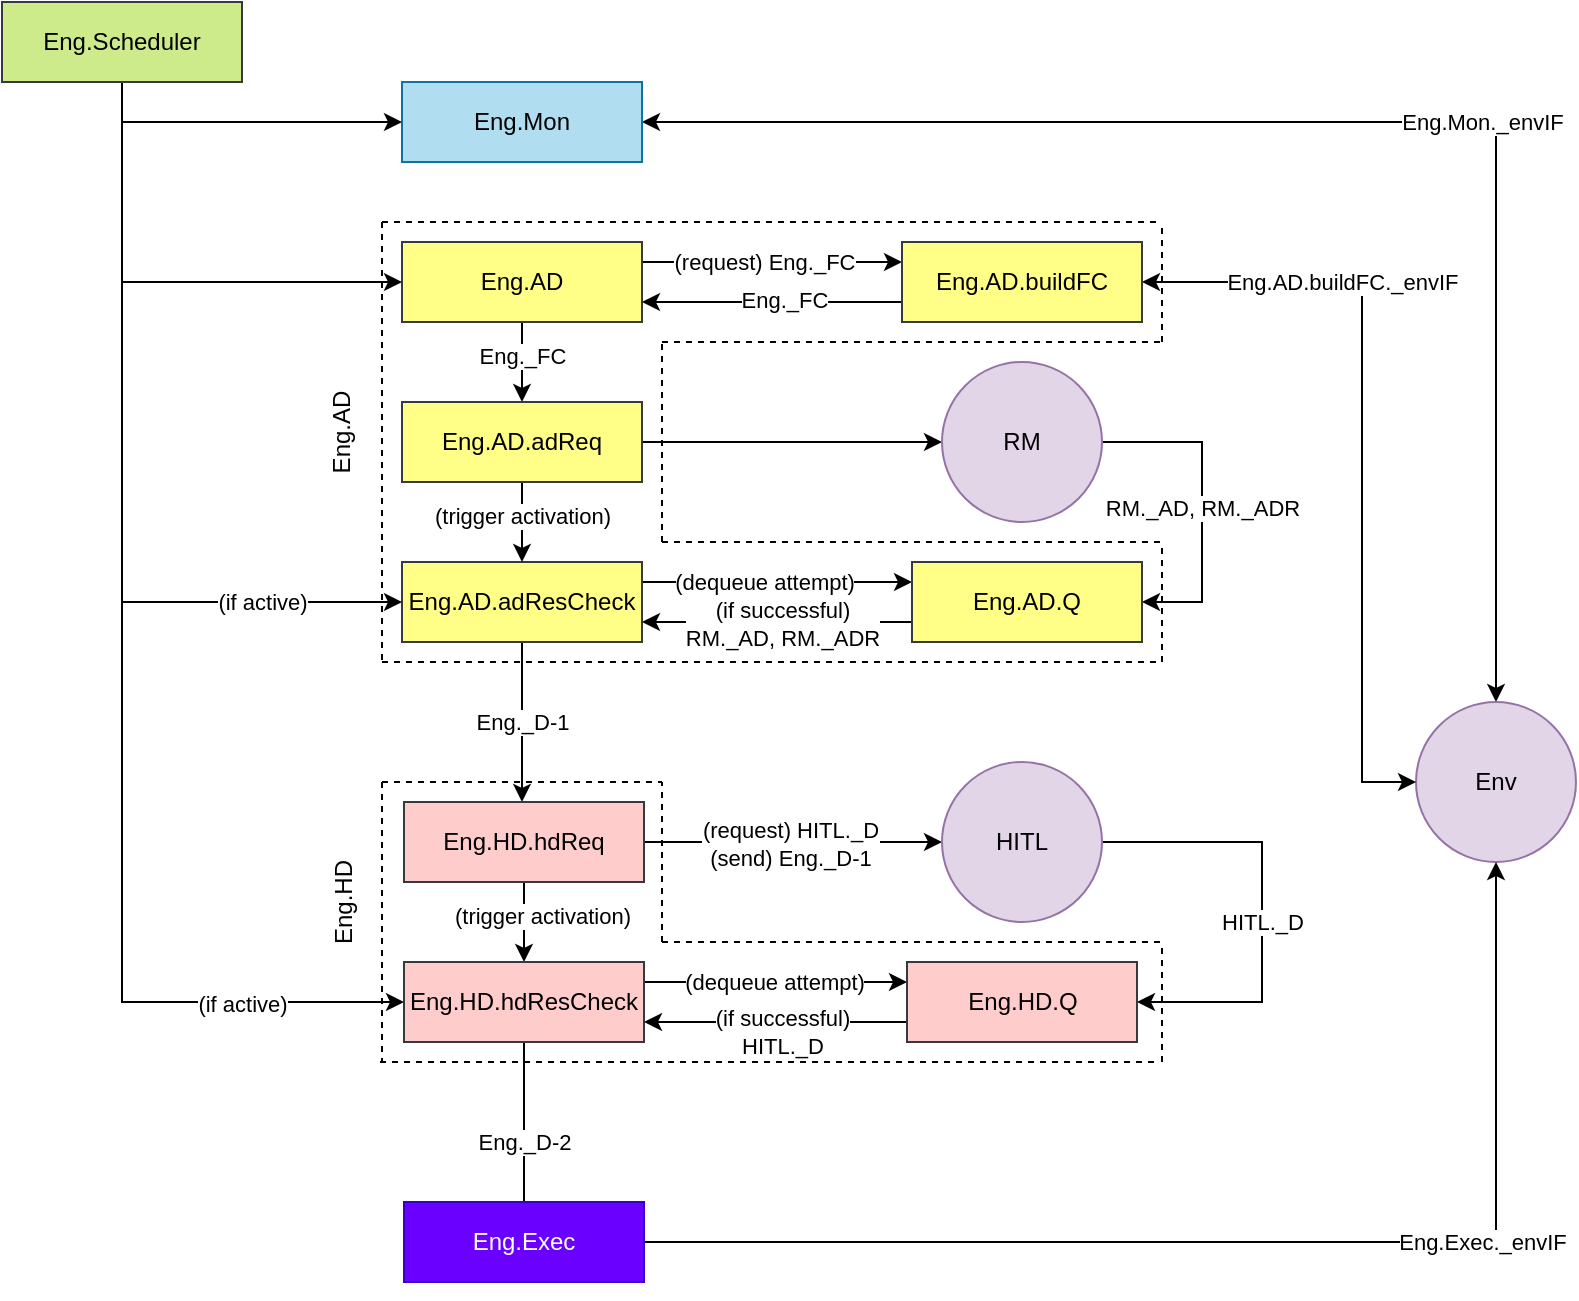
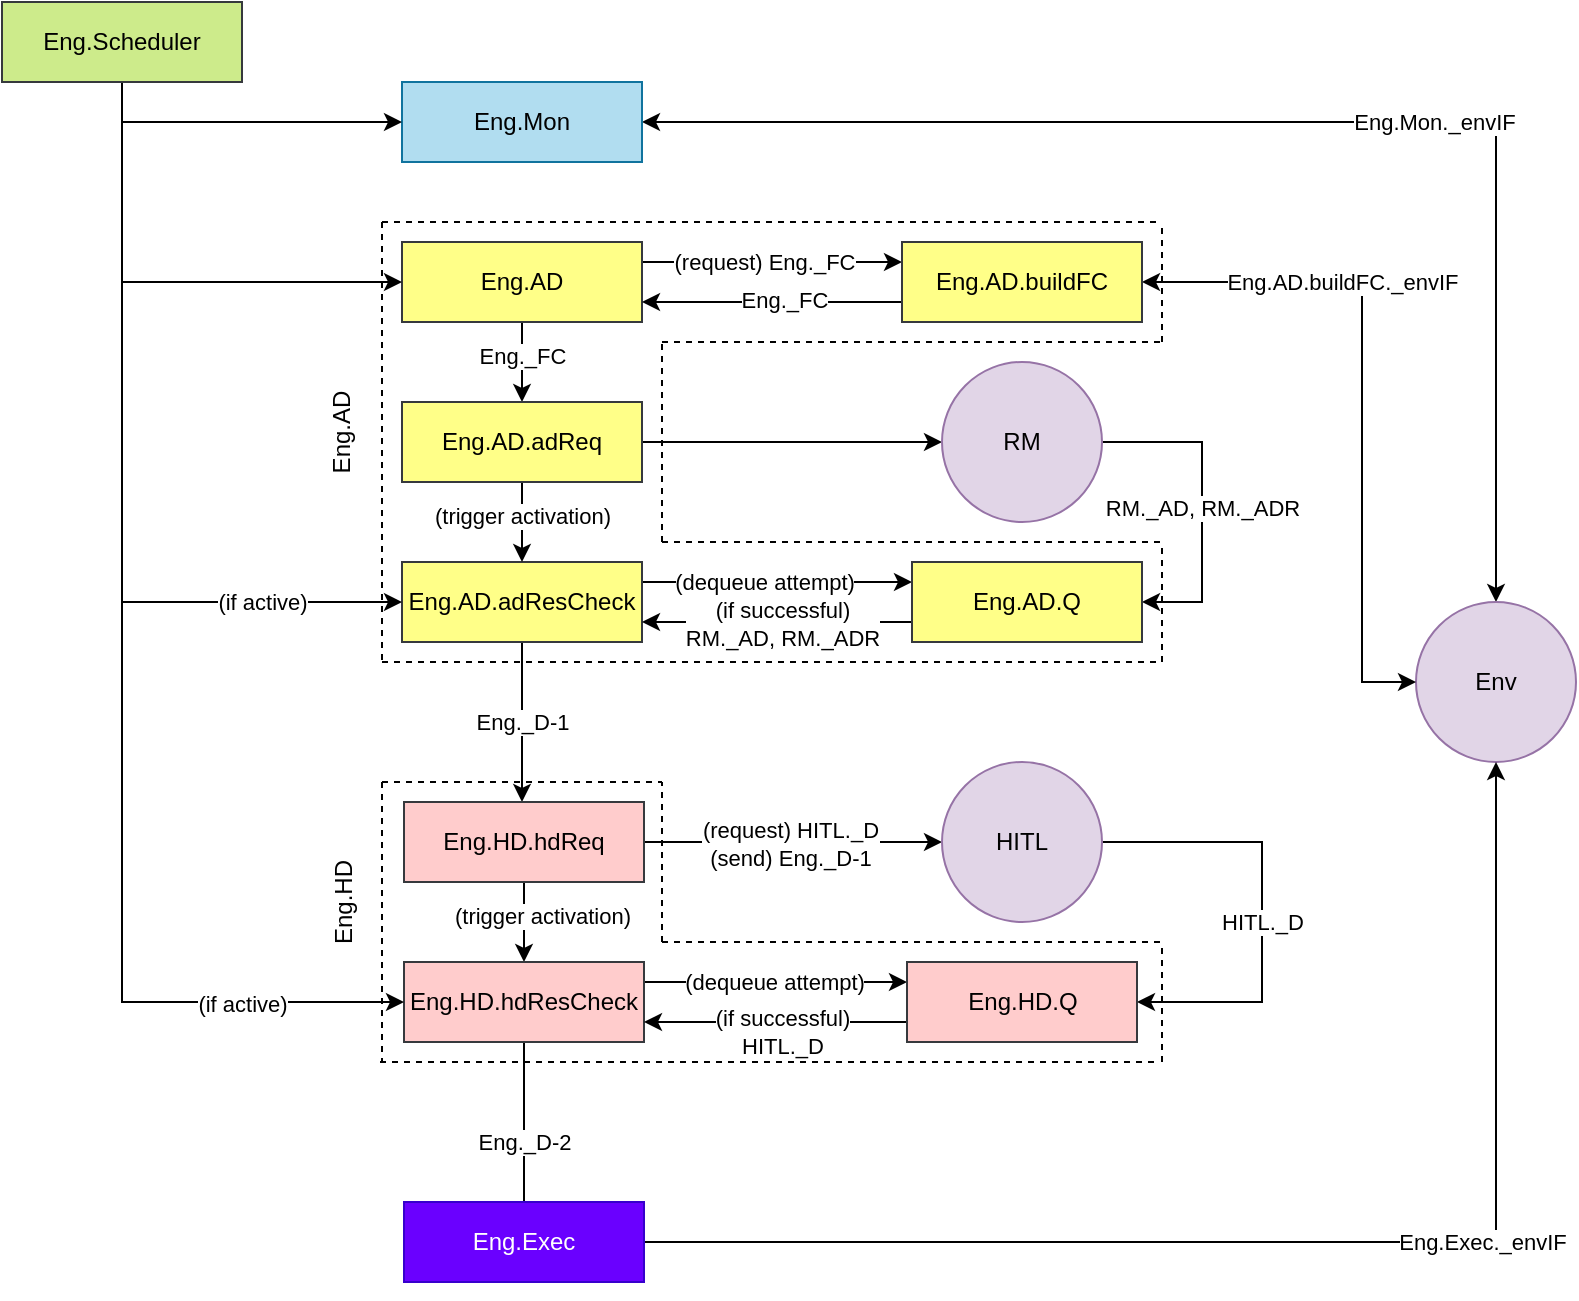
<mxfile host="app.diagrams.net">
  <diagram name="Page-1" id="OlbvHiH25T4Iblp31CC4">
-     <mxGraphModel dx="889" dy="494" grid="0" gridSize="10" guides="1" tooltips="1" connect="1" arrows="1" fold="1" page="1" pageScale="1" pageWidth="827" pageHeight="1169" background="#ffffff" math="0" shadow="0">
+     <mxGraphModel dx="1223" dy="679" grid="0" gridSize="10" guides="1" tooltips="1" connect="1" arrows="1" fold="1" page="1" pageScale="1" pageWidth="827" pageHeight="1169" background="#ffffff" math="0" shadow="0">
      <root>
        <mxCell id="0" />
        <mxCell id="1" parent="0" />
        <mxCell id="co-fIusRbvJiOKSlR68D-45" edge="1" parent="1" source="co-fIusRbvJiOKSlR68D-1" style="edgeStyle=orthogonalEdgeStyle;rounded=0;orthogonalLoop=1;jettySize=auto;html=1;exitX=1;exitY=0.25;exitDx=0;exitDy=0;entryX=0;entryY=0.25;entryDx=0;entryDy=0;" target="co-fIusRbvJiOKSlR68D-44">
          <mxGeometry relative="1" as="geometry" />
        </mxCell>
        <mxCell id="co-fIusRbvJiOKSlR68D-48" connectable="0" parent="co-fIusRbvJiOKSlR68D-45" style="edgeLabel;html=1;align=center;verticalAlign=middle;resizable=0;points=[];" value="(dequeue attempt)" vertex="1">
          <mxGeometry relative="1" x="-0.1062" as="geometry">
            <mxPoint as="offset" />
          </mxGeometry>
        </mxCell>
        <mxCell id="co-fIusRbvJiOKSlR68D-66" edge="1" parent="1" source="co-fIusRbvJiOKSlR68D-1" style="edgeStyle=orthogonalEdgeStyle;rounded=0;orthogonalLoop=1;jettySize=auto;html=1;exitX=0.5;exitY=1;exitDx=0;exitDy=0;entryX=0.5;entryY=0;entryDx=0;entryDy=0;">
          <mxGeometry relative="1" as="geometry">
            <mxPoint x="380" y="520" as="targetPoint" />
          </mxGeometry>
        </mxCell>
        <mxCell id="co-fIusRbvJiOKSlR68D-1" parent="1" style="rounded=0;whiteSpace=wrap;html=1;fillColor=#ffff88;strokeColor=#36393d;" value="Eng.AD.adResCheck" vertex="1">
          <mxGeometry height="40" width="120" x="320" y="400" as="geometry" />
        </mxCell>
        <mxCell id="co-fIusRbvJiOKSlR68D-20" edge="1" parent="1" source="co-fIusRbvJiOKSlR68D-2" style="edgeStyle=orthogonalEdgeStyle;rounded=0;orthogonalLoop=1;jettySize=auto;html=1;exitX=1;exitY=0.5;exitDx=0;exitDy=0;strokeColor=default;startArrow=classic;startFill=1;" target="co-fIusRbvJiOKSlR68D-19">
          <mxGeometry relative="1" as="geometry" />
        </mxCell>
        <mxCell id="co-fIusRbvJiOKSlR68D-22" connectable="0" parent="co-fIusRbvJiOKSlR68D-20" style="edgeLabel;html=1;align=center;verticalAlign=middle;resizable=0;points=[];" value="Eng.Mon._envIF" vertex="1">
          <mxGeometry relative="1" x="-0.04" y="2" as="geometry">
            <mxPoint x="76" y="2" as="offset" />
          </mxGeometry>
        </mxCell>
        <mxCell id="co-fIusRbvJiOKSlR68D-2" parent="1" style="rounded=0;whiteSpace=wrap;html=1;fillColor=#b1ddf0;strokeColor=#10739e;" value="Eng.Mon" vertex="1">
          <mxGeometry height="40" width="120" x="320" y="160" as="geometry" />
        </mxCell>
        <mxCell id="co-fIusRbvJiOKSlR68D-30" edge="1" parent="1" source="co-fIusRbvJiOKSlR68D-3" style="edgeStyle=orthogonalEdgeStyle;rounded=0;orthogonalLoop=1;jettySize=auto;html=1;exitX=1;exitY=0.25;exitDx=0;exitDy=0;entryX=0;entryY=0.25;entryDx=0;entryDy=0;" target="co-fIusRbvJiOKSlR68D-23">
          <mxGeometry relative="1" as="geometry" />
        </mxCell>
        <mxCell id="co-fIusRbvJiOKSlR68D-32" connectable="0" parent="co-fIusRbvJiOKSlR68D-30" style="edgeLabel;html=1;align=center;verticalAlign=middle;resizable=0;points=[];" value="(request) Eng._FC" vertex="1">
          <mxGeometry relative="1" x="-0.1785" as="geometry">
            <mxPoint x="7" as="offset" />
          </mxGeometry>
        </mxCell>
        <mxCell id="co-fIusRbvJiOKSlR68D-34" edge="1" parent="1" source="co-fIusRbvJiOKSlR68D-3" style="edgeStyle=orthogonalEdgeStyle;rounded=0;orthogonalLoop=1;jettySize=auto;html=1;exitX=0.5;exitY=1;exitDx=0;exitDy=0;" target="co-fIusRbvJiOKSlR68D-5">
          <mxGeometry relative="1" as="geometry" />
        </mxCell>
        <mxCell id="co-fIusRbvJiOKSlR68D-35" connectable="0" parent="co-fIusRbvJiOKSlR68D-34" style="edgeLabel;html=1;align=center;verticalAlign=middle;resizable=0;points=[];" value="Eng._FC" vertex="1">
          <mxGeometry relative="1" x="-0.38" y="-1" as="geometry">
            <mxPoint x="1" y="4" as="offset" />
          </mxGeometry>
        </mxCell>
        <mxCell id="co-fIusRbvJiOKSlR68D-3" parent="1" style="rounded=0;whiteSpace=wrap;html=1;fillColor=#ffff88;strokeColor=#36393d;" value="Eng.AD" vertex="1">
          <mxGeometry height="40" width="120" x="320" y="240" as="geometry" />
        </mxCell>
        <mxCell id="co-fIusRbvJiOKSlR68D-75" edge="1" parent="1" source="co-fIusRbvJiOKSlR68D-4" style="edgeStyle=orthogonalEdgeStyle;rounded=0;orthogonalLoop=1;jettySize=auto;html=1;exitX=1;exitY=0.5;exitDx=0;exitDy=0;entryX=0;entryY=0.5;entryDx=0;entryDy=0;" target="co-fIusRbvJiOKSlR68D-68">
          <mxGeometry relative="1" as="geometry" />
        </mxCell>
        <mxCell id="co-fIusRbvJiOKSlR68D-90" edge="1" parent="1" source="co-fIusRbvJiOKSlR68D-4" style="edgeStyle=orthogonalEdgeStyle;rounded=0;orthogonalLoop=1;jettySize=auto;html=1;exitX=0.5;exitY=1;exitDx=0;exitDy=0;entryX=0.5;entryY=0;entryDx=0;entryDy=0;" target="co-fIusRbvJiOKSlR68D-6">
          <mxGeometry relative="1" as="geometry" />
        </mxCell>
        <mxCell id="co-fIusRbvJiOKSlR68D-4" parent="1" style="rounded=0;whiteSpace=wrap;html=1;fillColor=#ffcccc;strokeColor=#36393d;" value="Eng.HD.hdReq&lt;span style=&quot;color: rgba(0, 0, 0, 0); font-family: monospace; font-size: 0px; text-align: start; white-space: nowrap;&quot;&gt;%3CmxGraphModel%3E%3Croot%3E%3CmxCell%20id%3D%220%22%2F%3E%3CmxCell%20id%3D%221%22%20parent%3D%220%22%2F%3E%3CmxCell%20id%3D%222%22%20parent%3D%221%22%20style%3D%22rounded%3D0%3BwhiteSpace%3Dwrap%3Bhtml%3D1%3B%22%20value%3D%22Eng.dResCheck%22%20vertex%3D%221%22%3E%3CmxGeometry%20height%3D%2240%22%20width%3D%22120%22%20x%3D%22160%22%20y%3D%2280%22%20as%3D%22geometry%22%2F%3E%3C%2FmxCell%3E%3C%2Froot%3E%3C%2FmxGraphModel%3E&lt;/span&gt;" vertex="1">
          <mxGeometry height="40" width="120" x="321" y="520" as="geometry" />
        </mxCell>
        <mxCell id="co-fIusRbvJiOKSlR68D-36" edge="1" parent="1" source="co-fIusRbvJiOKSlR68D-5" style="edgeStyle=orthogonalEdgeStyle;rounded=0;orthogonalLoop=1;jettySize=auto;html=1;exitX=1;exitY=0.5;exitDx=0;exitDy=0;entryX=0;entryY=0.5;entryDx=0;entryDy=0;" target="co-fIusRbvJiOKSlR68D-37">
          <mxGeometry relative="1" as="geometry">
            <mxPoint x="560" y="340" as="targetPoint" />
          </mxGeometry>
        </mxCell>
        <mxCell id="co-fIusRbvJiOKSlR68D-39" edge="1" parent="1" source="co-fIusRbvJiOKSlR68D-5" style="edgeStyle=orthogonalEdgeStyle;rounded=0;orthogonalLoop=1;jettySize=auto;html=1;exitX=0.5;exitY=1;exitDx=0;exitDy=0;entryX=0.5;entryY=0;entryDx=0;entryDy=0;" target="co-fIusRbvJiOKSlR68D-1">
          <mxGeometry relative="1" as="geometry" />
        </mxCell>
        <mxCell id="co-fIusRbvJiOKSlR68D-40" connectable="0" parent="co-fIusRbvJiOKSlR68D-39" style="edgeLabel;html=1;align=center;verticalAlign=middle;resizable=0;points=[];" value="(trigger activation)" vertex="1">
          <mxGeometry relative="1" x="-0.18" as="geometry">
            <mxPoint as="offset" />
          </mxGeometry>
        </mxCell>
        <mxCell id="co-fIusRbvJiOKSlR68D-5" parent="1" style="rounded=0;whiteSpace=wrap;html=1;fillColor=#ffff88;strokeColor=#36393d;" value="Eng.AD.adReq" vertex="1">
          <mxGeometry height="40" width="120" x="320" y="320" as="geometry" />
        </mxCell>
        <mxCell id="co-fIusRbvJiOKSlR68D-79" edge="1" parent="1" source="co-fIusRbvJiOKSlR68D-6" style="edgeStyle=orthogonalEdgeStyle;rounded=0;orthogonalLoop=1;jettySize=auto;html=1;exitX=1;exitY=0.25;exitDx=0;exitDy=0;entryX=0;entryY=0.25;entryDx=0;entryDy=0;" target="co-fIusRbvJiOKSlR68D-77">
          <mxGeometry relative="1" as="geometry" />
        </mxCell>
        <mxCell id="co-fIusRbvJiOKSlR68D-97" edge="1" parent="1" source="co-fIusRbvJiOKSlR68D-6" style="edgeStyle=orthogonalEdgeStyle;rounded=0;orthogonalLoop=1;jettySize=auto;html=1;exitX=0.5;exitY=1;exitDx=0;exitDy=0;entryX=0.5;entryY=0;entryDx=0;entryDy=0;" target="co-fIusRbvJiOKSlR68D-93">
          <mxGeometry relative="1" as="geometry">
            <Array as="points">
              <mxPoint x="380" y="760" />
              <mxPoint x="380" y="760" />
            </Array>
          </mxGeometry>
        </mxCell>
        <mxCell id="co-fIusRbvJiOKSlR68D-6" parent="1" style="rounded=0;whiteSpace=wrap;html=1;fillColor=#ffcccc;strokeColor=#36393d;" value="Eng.HD.hdResCheck" vertex="1">
          <mxGeometry height="40" width="120" x="321" y="600" as="geometry" />
        </mxCell>
        <mxCell id="co-fIusRbvJiOKSlR68D-19" parent="1" style="ellipse;whiteSpace=wrap;html=1;aspect=fixed;fillColor=#e1d5e7;strokeColor=#9673a6;" value="Env" vertex="1">
-           <mxGeometry height="80" width="80" x="827" y="470" as="geometry" />
+           <mxGeometry height="80" width="80" x="827" y="420" as="geometry" />
        </mxCell>
        <mxCell id="co-fIusRbvJiOKSlR68D-31" edge="1" parent="1" source="co-fIusRbvJiOKSlR68D-23" style="edgeStyle=orthogonalEdgeStyle;rounded=0;orthogonalLoop=1;jettySize=auto;html=1;exitX=0;exitY=0.75;exitDx=0;exitDy=0;entryX=1;entryY=0.75;entryDx=0;entryDy=0;" target="co-fIusRbvJiOKSlR68D-3">
          <mxGeometry relative="1" as="geometry" />
        </mxCell>
        <mxCell id="co-fIusRbvJiOKSlR68D-33" connectable="0" parent="co-fIusRbvJiOKSlR68D-31" style="edgeLabel;html=1;align=center;verticalAlign=middle;resizable=0;points=[];" value="Eng._FC" vertex="1">
          <mxGeometry relative="1" x="0.0708" y="-1" as="geometry">
            <mxPoint x="10" as="offset" />
          </mxGeometry>
        </mxCell>
        <mxCell id="co-fIusRbvJiOKSlR68D-106" edge="1" parent="1" source="co-fIusRbvJiOKSlR68D-23" style="edgeStyle=orthogonalEdgeStyle;rounded=0;orthogonalLoop=1;jettySize=auto;html=1;exitX=1;exitY=0.5;exitDx=0;exitDy=0;entryX=0;entryY=0.5;entryDx=0;entryDy=0;startArrow=classic;startFill=1;" target="co-fIusRbvJiOKSlR68D-19">
          <mxGeometry relative="1" as="geometry">
            <Array as="points">
              <mxPoint x="800" y="260" />
-               <mxPoint x="800" y="510" />
+               <mxPoint x="800" y="460" />
            </Array>
          </mxGeometry>
        </mxCell>
        <mxCell id="co-fIusRbvJiOKSlR68D-23" parent="1" style="rounded=0;whiteSpace=wrap;html=1;fillColor=#ffff88;strokeColor=#36393d;" value="Eng.AD.buildFC" vertex="1">
          <mxGeometry height="40" width="120" x="570" y="240" as="geometry" />
        </mxCell>
        <mxCell id="co-fIusRbvJiOKSlR68D-25" edge="1" parent="1" source="co-fIusRbvJiOKSlR68D-24" style="edgeStyle=orthogonalEdgeStyle;rounded=0;orthogonalLoop=1;jettySize=auto;html=1;exitX=0.5;exitY=1;exitDx=0;exitDy=0;entryX=0;entryY=0.5;entryDx=0;entryDy=0;" target="co-fIusRbvJiOKSlR68D-2">
          <mxGeometry relative="1" as="geometry" />
        </mxCell>
        <mxCell id="co-fIusRbvJiOKSlR68D-26" edge="1" parent="1" source="co-fIusRbvJiOKSlR68D-24" style="edgeStyle=orthogonalEdgeStyle;rounded=0;orthogonalLoop=1;jettySize=auto;html=1;exitX=0.5;exitY=1;exitDx=0;exitDy=0;entryX=0;entryY=0.5;entryDx=0;entryDy=0;" target="co-fIusRbvJiOKSlR68D-3">
          <mxGeometry relative="1" as="geometry" />
        </mxCell>
        <mxCell id="co-fIusRbvJiOKSlR68D-38" edge="1" parent="1" source="co-fIusRbvJiOKSlR68D-24" style="edgeStyle=orthogonalEdgeStyle;rounded=0;orthogonalLoop=1;jettySize=auto;html=1;exitX=0.5;exitY=1;exitDx=0;exitDy=0;entryX=0;entryY=0.5;entryDx=0;entryDy=0;" target="co-fIusRbvJiOKSlR68D-1">
          <mxGeometry relative="1" as="geometry" />
        </mxCell>
        <mxCell id="co-fIusRbvJiOKSlR68D-42" connectable="0" parent="co-fIusRbvJiOKSlR68D-38" style="edgeLabel;html=1;align=center;verticalAlign=middle;resizable=0;points=[];" value="(if active)" vertex="1">
          <mxGeometry relative="1" x="0.6308" y="-2" as="geometry">
            <mxPoint x="4" y="-2" as="offset" />
          </mxGeometry>
        </mxCell>
        <mxCell id="co-fIusRbvJiOKSlR68D-81" edge="1" parent="1" source="co-fIusRbvJiOKSlR68D-24" style="edgeStyle=orthogonalEdgeStyle;rounded=0;orthogonalLoop=1;jettySize=auto;html=1;exitX=0.5;exitY=1;exitDx=0;exitDy=0;entryX=0;entryY=0.5;entryDx=0;entryDy=0;" target="co-fIusRbvJiOKSlR68D-6">
          <mxGeometry relative="1" as="geometry" />
        </mxCell>
        <mxCell id="co-fIusRbvJiOKSlR68D-24" parent="1" style="rounded=0;whiteSpace=wrap;html=1;fillColor=#cdeb8b;strokeColor=#36393d;" value="Eng.Scheduler" vertex="1">
          <mxGeometry height="40" width="120" x="120" y="120" as="geometry" />
        </mxCell>
        <mxCell id="co-fIusRbvJiOKSlR68D-63" edge="1" parent="1" source="co-fIusRbvJiOKSlR68D-37" style="edgeStyle=orthogonalEdgeStyle;rounded=0;orthogonalLoop=1;jettySize=auto;html=1;exitX=1;exitY=0.5;exitDx=0;exitDy=0;entryX=1;entryY=0.5;entryDx=0;entryDy=0;" target="co-fIusRbvJiOKSlR68D-44">
          <mxGeometry relative="1" as="geometry">
            <Array as="points">
              <mxPoint x="720" y="340" />
              <mxPoint x="720" y="420" />
            </Array>
          </mxGeometry>
        </mxCell>
        <mxCell id="co-fIusRbvJiOKSlR68D-64" connectable="0" parent="co-fIusRbvJiOKSlR68D-63" style="edgeLabel;html=1;align=center;verticalAlign=middle;resizable=0;points=[];" value="RM._AD, RM._ADR" vertex="1">
          <mxGeometry relative="1" x="0.0314" y="-2" as="geometry">
            <mxPoint x="2" as="offset" />
          </mxGeometry>
        </mxCell>
        <mxCell id="co-fIusRbvJiOKSlR68D-37" parent="1" style="ellipse;whiteSpace=wrap;html=1;aspect=fixed;fillColor=#e1d5e7;strokeColor=#9673a6;" value="RM" vertex="1">
          <mxGeometry height="80" width="80" x="590" y="300" as="geometry" />
        </mxCell>
        <mxCell id="co-fIusRbvJiOKSlR68D-47" edge="1" parent="1" source="co-fIusRbvJiOKSlR68D-44" style="edgeStyle=orthogonalEdgeStyle;rounded=0;orthogonalLoop=1;jettySize=auto;html=1;exitX=0;exitY=0.75;exitDx=0;exitDy=0;entryX=1;entryY=0.75;entryDx=0;entryDy=0;" target="co-fIusRbvJiOKSlR68D-1">
          <mxGeometry relative="1" as="geometry" />
        </mxCell>
        <mxCell id="co-fIusRbvJiOKSlR68D-49" connectable="0" parent="co-fIusRbvJiOKSlR68D-47" style="edgeLabel;html=1;align=center;verticalAlign=middle;resizable=0;points=[];" value="(if successful)&lt;div&gt;RM._AD, RM._ADR&lt;/div&gt;" vertex="1">
          <mxGeometry relative="1" x="0.0084" as="geometry">
            <mxPoint x="3" y="1" as="offset" />
          </mxGeometry>
        </mxCell>
        <mxCell id="co-fIusRbvJiOKSlR68D-44" parent="1" style="rounded=0;whiteSpace=wrap;html=1;fillColor=#ffff88;strokeColor=#36393d;" value="Eng.AD.Q" vertex="1">
          <mxGeometry height="40" width="115" x="575" y="400" as="geometry" />
        </mxCell>
        <mxCell id="co-fIusRbvJiOKSlR68D-51" edge="1" parent="1" style="endArrow=none;dashed=1;html=1;rounded=0;" value="">
          <mxGeometry height="50" relative="1" width="50" as="geometry">
            <mxPoint x="310" y="230" as="sourcePoint" />
            <mxPoint x="700" y="230" as="targetPoint" />
          </mxGeometry>
        </mxCell>
        <mxCell id="co-fIusRbvJiOKSlR68D-52" edge="1" parent="1" style="endArrow=none;dashed=1;html=1;rounded=0;" value="">
          <mxGeometry height="50" relative="1" width="50" as="geometry">
            <mxPoint x="310" y="230" as="sourcePoint" />
            <mxPoint x="310" y="450" as="targetPoint" />
          </mxGeometry>
        </mxCell>
        <mxCell id="co-fIusRbvJiOKSlR68D-53" edge="1" parent="1" style="endArrow=none;dashed=1;html=1;rounded=0;" value="">
          <mxGeometry height="50" relative="1" width="50" as="geometry">
            <mxPoint x="310" y="450" as="sourcePoint" />
            <mxPoint x="700" y="450" as="targetPoint" />
          </mxGeometry>
        </mxCell>
        <mxCell id="co-fIusRbvJiOKSlR68D-54" edge="1" parent="1" style="endArrow=none;dashed=1;html=1;rounded=0;" value="">
          <mxGeometry height="50" relative="1" width="50" as="geometry">
            <mxPoint x="700" y="450" as="sourcePoint" />
            <mxPoint x="700" y="390" as="targetPoint" />
          </mxGeometry>
        </mxCell>
        <mxCell id="co-fIusRbvJiOKSlR68D-55" edge="1" parent="1" style="endArrow=none;dashed=1;html=1;rounded=0;" value="">
          <mxGeometry height="50" relative="1" width="50" as="geometry">
            <mxPoint x="450" y="390" as="sourcePoint" />
            <mxPoint x="700" y="390" as="targetPoint" />
          </mxGeometry>
        </mxCell>
        <mxCell id="co-fIusRbvJiOKSlR68D-57" edge="1" parent="1" style="endArrow=none;dashed=1;html=1;rounded=0;" value="">
          <mxGeometry height="50" relative="1" width="50" as="geometry">
            <mxPoint x="450" y="290" as="sourcePoint" />
            <mxPoint x="700" y="290" as="targetPoint" />
          </mxGeometry>
        </mxCell>
        <mxCell id="co-fIusRbvJiOKSlR68D-58" parent="1" style="text;html=1;whiteSpace=wrap;strokeColor=none;fillColor=none;align=center;verticalAlign=middle;rounded=0;rotation=-90;" value="Eng.AD" vertex="1">
          <mxGeometry height="30" width="60" x="260" y="320" as="geometry" />
        </mxCell>
        <mxCell id="co-fIusRbvJiOKSlR68D-59" edge="1" parent="1" style="endArrow=none;dashed=1;html=1;rounded=0;" value="">
          <mxGeometry height="50" relative="1" width="50" as="geometry">
            <mxPoint x="700" y="290" as="sourcePoint" />
            <mxPoint x="700" y="230" as="targetPoint" />
          </mxGeometry>
        </mxCell>
        <mxCell id="co-fIusRbvJiOKSlR68D-60" edge="1" parent="1" style="endArrow=none;dashed=1;html=1;rounded=0;" value="">
          <mxGeometry height="50" relative="1" width="50" as="geometry">
            <mxPoint x="450" y="390" as="sourcePoint" />
            <mxPoint x="450" y="290" as="targetPoint" />
          </mxGeometry>
        </mxCell>
        <mxCell id="co-fIusRbvJiOKSlR68D-67" connectable="0" parent="1" style="edgeLabel;html=1;align=center;verticalAlign=middle;resizable=0;points=[];" value="Eng._D-1" vertex="1">
          <mxGeometry x="380" y="480" as="geometry" />
        </mxCell>
        <mxCell id="co-fIusRbvJiOKSlR68D-78" edge="1" parent="1" source="co-fIusRbvJiOKSlR68D-68" style="edgeStyle=orthogonalEdgeStyle;rounded=0;orthogonalLoop=1;jettySize=auto;html=1;exitX=1;exitY=0.5;exitDx=0;exitDy=0;entryX=1;entryY=0.5;entryDx=0;entryDy=0;" target="co-fIusRbvJiOKSlR68D-77">
          <mxGeometry relative="1" as="geometry">
            <Array as="points">
              <mxPoint x="750" y="540" />
              <mxPoint x="750" y="620" />
            </Array>
          </mxGeometry>
        </mxCell>
        <mxCell id="co-fIusRbvJiOKSlR68D-96" connectable="0" parent="co-fIusRbvJiOKSlR68D-78" style="edgeLabel;html=1;align=center;verticalAlign=middle;resizable=0;points=[];" value="HITL._D" vertex="1">
          <mxGeometry relative="1" x="0.1218" y="1" as="geometry">
            <mxPoint x="-1" y="-5" as="offset" />
          </mxGeometry>
        </mxCell>
        <mxCell id="co-fIusRbvJiOKSlR68D-68" parent="1" style="ellipse;whiteSpace=wrap;html=1;aspect=fixed;fillColor=#e1d5e7;strokeColor=#9673a6;" value="HITL" vertex="1">
          <mxGeometry height="80" width="80" x="590" y="500" as="geometry" />
        </mxCell>
        <mxCell id="co-fIusRbvJiOKSlR68D-80" edge="1" parent="1" source="co-fIusRbvJiOKSlR68D-77" style="edgeStyle=orthogonalEdgeStyle;rounded=0;orthogonalLoop=1;jettySize=auto;html=1;exitX=0;exitY=0.75;exitDx=0;exitDy=0;entryX=1;entryY=0.75;entryDx=0;entryDy=0;" target="co-fIusRbvJiOKSlR68D-6">
          <mxGeometry relative="1" as="geometry" />
        </mxCell>
        <mxCell id="co-fIusRbvJiOKSlR68D-77" parent="1" style="rounded=0;whiteSpace=wrap;html=1;fillColor=#ffcccc;strokeColor=#36393d;" value="Eng.HD.Q" vertex="1">
          <mxGeometry height="40" width="115" x="572.5" y="600" as="geometry" />
        </mxCell>
        <mxCell id="co-fIusRbvJiOKSlR68D-83" connectable="0" parent="1" style="edgeLabel;html=1;align=center;verticalAlign=middle;resizable=0;points=[];" value="(if active)" vertex="1">
          <mxGeometry x="240" y="640" as="geometry">
            <mxPoint y="-19" as="offset" />
          </mxGeometry>
        </mxCell>
        <mxCell id="co-fIusRbvJiOKSlR68D-84" edge="1" parent="1" style="endArrow=none;dashed=1;html=1;rounded=0;" value="">
          <mxGeometry height="50" relative="1" width="50" as="geometry">
            <mxPoint x="310" y="510" as="sourcePoint" />
            <mxPoint x="450" y="510" as="targetPoint" />
          </mxGeometry>
        </mxCell>
        <mxCell id="co-fIusRbvJiOKSlR68D-85" edge="1" parent="1" style="endArrow=none;dashed=1;html=1;rounded=0;" value="">
          <mxGeometry height="50" relative="1" width="50" as="geometry">
            <mxPoint x="310" y="510" as="sourcePoint" />
            <mxPoint x="310" y="650" as="targetPoint" />
          </mxGeometry>
        </mxCell>
        <mxCell id="co-fIusRbvJiOKSlR68D-86" edge="1" parent="1" style="endArrow=none;dashed=1;html=1;rounded=0;" value="">
          <mxGeometry height="50" relative="1" width="50" as="geometry">
            <mxPoint x="309" y="650" as="sourcePoint" />
            <mxPoint x="699" y="650" as="targetPoint" />
          </mxGeometry>
        </mxCell>
        <mxCell id="co-fIusRbvJiOKSlR68D-87" edge="1" parent="1" style="endArrow=none;dashed=1;html=1;rounded=0;" value="">
          <mxGeometry height="50" relative="1" width="50" as="geometry">
            <mxPoint x="700" y="650" as="sourcePoint" />
            <mxPoint x="700" y="590" as="targetPoint" />
          </mxGeometry>
        </mxCell>
        <mxCell id="co-fIusRbvJiOKSlR68D-88" edge="1" parent="1" style="endArrow=none;dashed=1;html=1;rounded=0;" value="">
          <mxGeometry height="50" relative="1" width="50" as="geometry">
            <mxPoint x="450" y="590" as="sourcePoint" />
            <mxPoint x="700" y="590" as="targetPoint" />
          </mxGeometry>
        </mxCell>
        <mxCell id="co-fIusRbvJiOKSlR68D-89" edge="1" parent="1" style="endArrow=none;dashed=1;html=1;rounded=0;" value="">
          <mxGeometry height="50" relative="1" width="50" as="geometry">
            <mxPoint x="450" y="590" as="sourcePoint" />
            <mxPoint x="450" y="510" as="targetPoint" />
          </mxGeometry>
        </mxCell>
        <mxCell id="co-fIusRbvJiOKSlR68D-91" connectable="0" parent="1" style="edgeLabel;html=1;align=center;verticalAlign=middle;resizable=0;points=[];" value="(trigger activation)" vertex="1">
          <mxGeometry x="390" y="577" as="geometry" />
        </mxCell>
        <mxCell id="co-fIusRbvJiOKSlR68D-92" parent="1" style="text;html=1;whiteSpace=wrap;strokeColor=none;fillColor=none;align=center;verticalAlign=middle;rounded=0;rotation=-90;" value="Eng.HD" vertex="1">
          <mxGeometry height="30" width="60" x="261" y="555" as="geometry" />
        </mxCell>
        <mxCell id="co-fIusRbvJiOKSlR68D-102" edge="1" parent="1" source="co-fIusRbvJiOKSlR68D-93" style="edgeStyle=orthogonalEdgeStyle;rounded=0;orthogonalLoop=1;jettySize=auto;html=1;exitX=1;exitY=0.5;exitDx=0;exitDy=0;entryX=0.5;entryY=1;entryDx=0;entryDy=0;" target="co-fIusRbvJiOKSlR68D-19">
          <mxGeometry relative="1" as="geometry" />
        </mxCell>
        <mxCell id="co-fIusRbvJiOKSlR68D-103" connectable="0" parent="co-fIusRbvJiOKSlR68D-102" style="edgeLabel;html=1;align=center;verticalAlign=middle;resizable=0;points=[];" value="&lt;span style=&quot;color: rgba(0, 0, 0, 0); font-family: monospace; font-size: 0px; text-align: start; background-color: rgb(236, 236, 236);&quot;&gt;%3CmxGraphModel%3E%3Croot%3E%3CmxCell%20id%3D%220%22%2F%3E%3CmxCell%20id%3D%221%22%20parent%3D%220%22%2F%3E%3CmxCell%20id%3D%222%22%20connectable%3D%220%22%20parent%3D%221%22%20style%3D%22edgeLabel%3Bhtml%3D1%3Balign%3Dcenter%3BverticalAlign%3Dmiddle%3Bresizable%3D0%3Bpoints%3D%5B%5D%3B%22%20value%3D%22Eng._D-2%22%20vertex%3D%221%22%3E%3CmxGeometry%20x%3D%22381.0000000000002%22%20y%3D%22760.8695652173913%22%20as%3D%22geometry%22%2F%3E%3C%2FmxCell%3E%3C%2Froot%3E%3C%2FmxGraphModel%3E&lt;/span&gt;" vertex="1">
          <mxGeometry relative="1" x="0.2962" y="2" as="geometry">
            <mxPoint as="offset" />
          </mxGeometry>
        </mxCell>
        <mxCell id="co-fIusRbvJiOKSlR68D-93" parent="1" style="rounded=0;whiteSpace=wrap;html=1;fillColor=#6a00ff;strokeColor=#3700CC;fontColor=#ffffff;" value="Eng.Exec" vertex="1">
          <mxGeometry height="40" width="120" x="321" y="720" as="geometry" />
        </mxCell>
        <mxCell id="co-fIusRbvJiOKSlR68D-94" connectable="0" parent="1" style="edgeLabel;html=1;align=center;verticalAlign=middle;resizable=0;points=[];" value="(dequeue attempt)" vertex="1">
          <mxGeometry x="520" y="620" as="geometry">
            <mxPoint x="-14" y="-10" as="offset" />
          </mxGeometry>
        </mxCell>
        <mxCell id="co-fIusRbvJiOKSlR68D-95" connectable="0" parent="1" style="edgeLabel;html=1;align=center;verticalAlign=middle;resizable=0;points=[];" value="(if successful)&lt;div&gt;HITL._D&lt;/div&gt;" vertex="1">
          <mxGeometry x="510" y="635" as="geometry" />
        </mxCell>
        <mxCell id="co-fIusRbvJiOKSlR68D-99" connectable="0" parent="1" style="edgeLabel;html=1;align=center;verticalAlign=middle;resizable=0;points=[];" value="(request) HITL._D&lt;div&gt;(send) Eng._D-1&lt;/div&gt;" vertex="1">
          <mxGeometry x="504" y="540" as="geometry">
            <mxPoint x="10" y="1" as="offset" />
          </mxGeometry>
        </mxCell>
        <mxCell id="co-fIusRbvJiOKSlR68D-104" connectable="0" parent="1" style="edgeLabel;html=1;align=center;verticalAlign=middle;resizable=0;points=[];" value="Eng.Exec._envIF" vertex="1">
          <mxGeometry x="860" y="740" as="geometry" />
        </mxCell>
        <mxCell id="co-fIusRbvJiOKSlR68D-105" connectable="0" parent="1" style="edgeLabel;html=1;align=center;verticalAlign=middle;resizable=0;points=[];" value="Eng._D-2" vertex="1">
          <mxGeometry x="381" y="690" as="geometry" />
        </mxCell>
        <mxCell id="co-fIusRbvJiOKSlR68D-107" connectable="0" parent="1" style="edgeLabel;html=1;align=center;verticalAlign=middle;resizable=0;points=[];" value="Eng.AD.buildFC._envIF" vertex="1">
          <mxGeometry x="790" y="260" as="geometry" />
        </mxCell>
      </root>
    </mxGraphModel>
  </diagram>
</mxfile>
